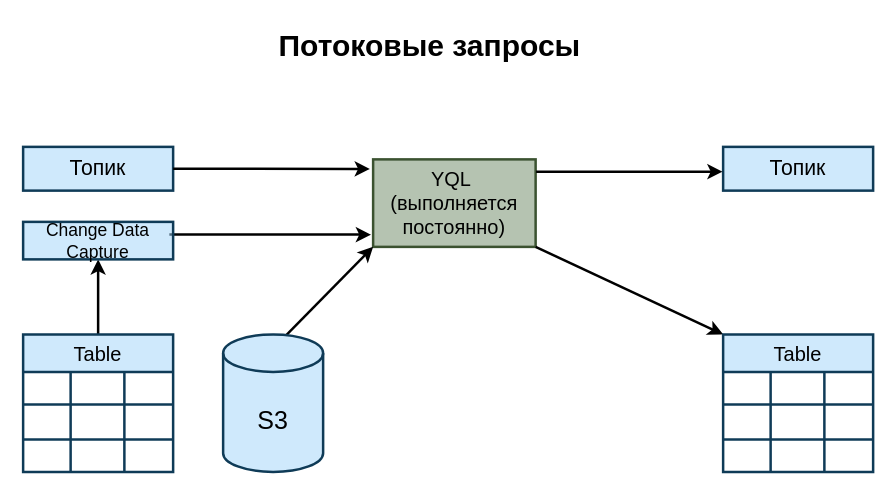
Above: ydb/docs/ru/core/concepts/_assets/streaming_queries_2.drawio in ydb-platform/ydb (draw.io), before the change. Source tidied: cells renumbered, new cells numbered last; positions are measured from the earlier drawing's top-left corner, leaving out a move shared by most shapes. Both pictures are drawn from the tidied source at 125%, with x=0, y=0 at pixel (22, 21).
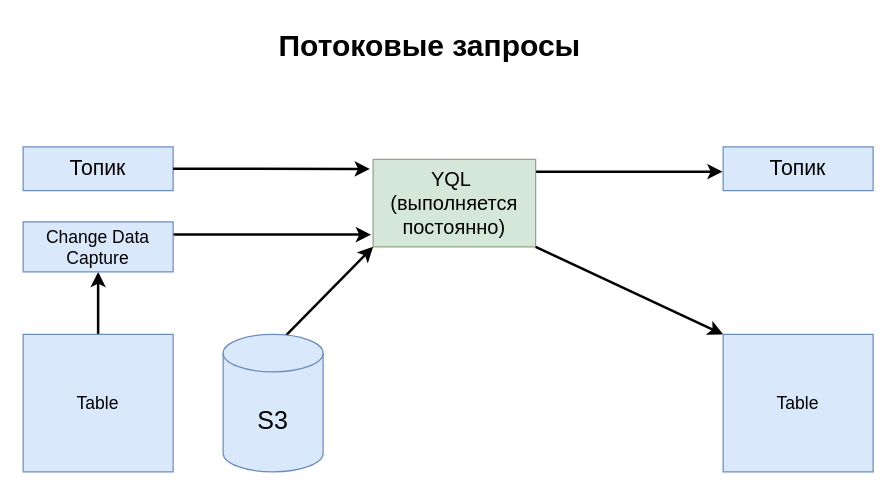
The same page after the edit.

Commit message (it also covers changes not shown here):
change diagrams according ro docstyle

The edit, as a diff of the source:
```diff
@@
-    <mxCell id="3" value="&lt;font style=&quot;font-size: 16px; color: rgb(0, 0, 0);&quot;&gt;YQL&amp;nbsp;&lt;br&gt;(выполняется постоянно)&lt;/font&gt;" style="rounded=0;whiteSpace=wrap;html=1;fillColor=light-dark(#6D876480,#B3D0A980);fontColor=#ffffff;strokeColor=#3B5230;fillStyle=solid;strokeWidth=2;" parent="1" vertex="1">
+    <mxCell id="3" value="&lt;font style=&quot;font-size: 16px; color: rgb(0, 0, 0);&quot;&gt;YQL&amp;nbsp;&lt;br&gt;(выполняется постоянно)&lt;/font&gt;" style="rounded=0;whiteSpace=wrap;html=1;fillColor=#D5E7D9;fontColor=#ffffff;strokeColor=#90A884;fillStyle=solid;strokeWidth=1;" parent="1" vertex="1">
       <mxGeometry x="280" y="110" width="130" height="70" as="geometry" />
     </mxCell>
-    <mxCell id="4" value="&lt;font style=&quot;font-size: 17px; color: rgb(0, 0, 0);&quot;&gt;Топик&lt;/font&gt;" style="rounded=0;whiteSpace=wrap;html=1;fillColor=light-dark(#9FD3F980,#9FD3F980);fontColor=#ffffff;strokeColor=#0F3B57;strokeWidth=2;" parent="1" vertex="1">
+    <mxCell id="4" value="&lt;font style=&quot;font-size: 17px; color: rgb(0, 0, 0);&quot;&gt;Топик&lt;/font&gt;" style="rounded=0;whiteSpace=wrap;html=1;fillColor=#DAE8FC;fontColor=#ffffff;strokeColor=#6C8EBF;strokeWidth=1;" parent="1" vertex="1">
       <mxGeometry y="100" width="120" height="35" as="geometry" />
     </mxCell>
-    <mxCell id="5" value="&lt;font style=&quot;font-size: 17px; color: rgb(0, 0, 0);&quot;&gt;Топик&lt;/font&gt;" style="rounded=0;whiteSpace=wrap;html=1;fillColor=#9FD3F980;fontColor=#ffffff;strokeColor=#0F3B57;strokeWidth=2;" parent="1" vertex="1">
+    <mxCell id="5" value="&lt;font style=&quot;font-size: 17px; color: rgb(0, 0, 0);&quot;&gt;Топик&lt;/font&gt;" style="rounded=0;whiteSpace=wrap;html=1;fillColor=#DAE8FC;fontColor=#ffffff;strokeColor=#6C8EBF;strokeWidth=1;" parent="1" vertex="1">
       <mxGeometry x="560" y="100" width="120" height="35" as="geometry" />
     </mxCell>
@@
-    <mxCell id="8" style="endArrow=classic;html=1;rounded=0;exitX=1;exitY=1;exitDx=0;exitDy=0;entryX=0;entryY=0;entryDx=0;entryDy=0;strokeColor=#000000;strokeWidth=2;" parent="1" edge="1" source="3" target="27">
-      <mxGeometry relative="1" as="geometry" />
+    <mxCell id="8" style="endArrow=classic;html=1;rounded=0;exitX=1;exitY=1;exitDx=0;exitDy=0;entryX=0;entryY=0;entryDx=0;entryDy=0;strokeColor=#000000;strokeWidth=2;" parent="1" edge="1" source="3">
+      <mxGeometry relative="1" as="geometry">
+        <mxPoint x="560" y="250" as="targetPoint" />
+      </mxGeometry>
     </mxCell>
@@
-    <mxCell id="10" style="endArrow=classic;html=1;rounded=0;entryX=0.5;entryY=1;entryDx=0;entryDy=0;strokeColor=#000000;exitX=0.5;exitY=0;exitDx=0;exitDy=0;strokeWidth=2;" parent="1" edge="1" source="13" target="12">
-      <mxGeometry relative="1" as="geometry" />
+    <mxCell id="10" style="endArrow=classic;html=1;rounded=0;entryX=0.5;entryY=1;entryDx=0;entryDy=0;strokeColor=#000000;exitX=0.5;exitY=0;exitDx=0;exitDy=0;strokeWidth=2;" parent="1" edge="1" target="12">
+      <mxGeometry relative="1" as="geometry">
+        <mxPoint x="60" y="250" as="sourcePoint" />
+      </mxGeometry>
     </mxCell>
@@
-    <mxCell id="12" value="&lt;span style=&quot;color: rgb(18, 18, 18);&quot;&gt;&lt;font style=&quot;font-size: 14px; color: rgb(0, 0, 0);&quot;&gt;Change Data Capture&lt;/font&gt;&lt;/span&gt;" style="rounded=0;whiteSpace=wrap;html=1;fillColor=#9FD3F980;strokeColor=#0F3B57;strokeWidth=2;" parent="1" vertex="1">
-      <mxGeometry y="160" width="120" height="30" as="geometry" />
+    <mxCell id="12" value="&lt;span style=&quot;color: rgb(18, 18, 18);&quot;&gt;&lt;font style=&quot;font-size: 14px; color: rgb(0, 0, 0);&quot;&gt;Change Data Capture&lt;/font&gt;&lt;/span&gt;" style="rounded=0;whiteSpace=wrap;html=1;fillColor=#DAE8FC;strokeColor=#6C8EBF;strokeWidth=1;" parent="1" vertex="1">
+      <mxGeometry y="160" width="120" height="40" as="geometry" />
     </mxCell>
-    <mxCell id="13" value="Table" style="shape=table;startSize=30;childLayout=tableLayout;strokeColor=#0F3B57;fontSize=16;fillColor=#9FD3F980;fontColor=#000000;strokeWidth=2;" parent="1" vertex="1">
-      <mxGeometry y="250" width="120" height="110" as="geometry" />
-    </mxCell>
-    <mxCell id="14" style="shape=tableRow;horizontal=0;startSize=0;swimlaneHead=0;swimlaneBody=0;strokeColor=inherit;top=0;left=0;bottom=0;right=0;fillColor=none;fontSize=16;" parent="13" vertex="1">
-      <mxGeometry y="30" width="120" height="26" as="geometry" />
-    </mxCell>
-    <mxCell id="15" style="shape=partialRectangle;html=1;whiteSpace=wrap;strokeColor=inherit;overflow=hidden;fillColor=none;top=0;left=0;bottom=0;right=0;fontSize=16;" parent="14" vertex="1">
-      <mxGeometry width="38" height="26" as="geometry" />
-    </mxCell>
-    <mxCell id="16" style="shape=partialRectangle;html=1;whiteSpace=wrap;strokeColor=inherit;overflow=hidden;fillColor=none;top=0;left=0;bottom=0;right=0;fontSize=16;" parent="14" vertex="1">
-      <mxGeometry x="38" width="43" height="26" as="geometry" />
-    </mxCell>
-    <mxCell id="17" style="shape=partialRectangle;html=1;whiteSpace=wrap;strokeColor=inherit;overflow=hidden;fillColor=none;top=0;left=0;bottom=0;right=0;fontSize=16;" parent="14" vertex="1">
-      <mxGeometry x="81" width="39" height="26" as="geometry" />
-    </mxCell>
-    <mxCell id="18" style="shape=tableRow;horizontal=0;startSize=0;swimlaneHead=0;swimlaneBody=0;strokeColor=inherit;top=0;left=0;bottom=0;right=0;fillColor=none;fontSize=16;" parent="13" vertex="1">
-      <mxGeometry y="56" width="120" height="28" as="geometry" />
-    </mxCell>
-    <mxCell id="19" style="shape=partialRectangle;html=1;whiteSpace=wrap;strokeColor=inherit;overflow=hidden;fillColor=none;top=0;left=0;bottom=0;right=0;fontSize=16;" parent="18" vertex="1">
-      <mxGeometry width="38" height="28" as="geometry" />
-    </mxCell>
-    <mxCell id="20" style="shape=partialRectangle;html=1;whiteSpace=wrap;strokeColor=inherit;overflow=hidden;fillColor=none;top=0;left=0;bottom=0;right=0;fontSize=16;" parent="18" vertex="1">
-      <mxGeometry x="38" width="43" height="28" as="geometry" />
-    </mxCell>
-    <mxCell id="21" style="shape=partialRectangle;html=1;whiteSpace=wrap;strokeColor=inherit;overflow=hidden;fillColor=none;top=0;left=0;bottom=0;right=0;fontSize=16;" parent="18" vertex="1">
-      <mxGeometry x="81" width="39" height="28" as="geometry" />
-    </mxCell>
-    <mxCell id="22" style="shape=tableRow;horizontal=0;startSize=0;swimlaneHead=0;swimlaneBody=0;strokeColor=inherit;top=0;left=0;bottom=0;right=0;fillColor=none;fontSize=16;" parent="13" vertex="1">
-      <mxGeometry y="84" width="120" height="26" as="geometry" />
-    </mxCell>
-    <mxCell id="23" style="shape=partialRectangle;html=1;whiteSpace=wrap;strokeColor=inherit;overflow=hidden;fillColor=none;top=0;left=0;bottom=0;right=0;fontSize=16;" parent="22" vertex="1">
-      <mxGeometry width="38" height="26" as="geometry" />
-    </mxCell>
-    <mxCell id="24" style="shape=partialRectangle;html=1;whiteSpace=wrap;strokeColor=inherit;overflow=hidden;fillColor=none;top=0;left=0;bottom=0;right=0;fontSize=16;" parent="22" vertex="1">
-      <mxGeometry x="38" width="43" height="26" as="geometry" />
-    </mxCell>
-    <mxCell id="25" style="shape=partialRectangle;html=1;whiteSpace=wrap;strokeColor=inherit;overflow=hidden;fillColor=none;top=0;left=0;bottom=0;right=0;fontSize=16;" parent="22" vertex="1">
-      <mxGeometry x="81" width="39" height="26" as="geometry" />
-    </mxCell>
-    <mxCell id="26" value="&lt;font style=&quot;font-size: 20px; color: rgb(0, 0, 0);&quot;&gt;S3&lt;/font&gt;" style="shape=cylinder3;whiteSpace=wrap;html=1;boundedLbl=1;backgroundOutline=1;size=15;fillColor=#9FD3F980;fontColor=#000000;strokeColor=#0F3B57;strokeWidth=2;" parent="1" vertex="1">
+    <mxCell id="26" value="&lt;font style=&quot;font-size: 20px; color: rgb(0, 0, 0);&quot;&gt;S3&lt;/font&gt;" style="shape=cylinder3;whiteSpace=wrap;html=1;boundedLbl=1;backgroundOutline=1;size=15;fillColor=#DAE8FC;fontColor=#000000;strokeColor=#6C8EBF;strokeWidth=1;" parent="1" vertex="1">
       <mxGeometry x="160" y="250" width="80" height="110" as="geometry" />
     </mxCell>
-    <mxCell id="27" value="Table" style="shape=table;startSize=30;childLayout=tableLayout;strokeColor=#0F3B57;fontSize=16;fillColor=#9FD3F980;fontColor=#000000;strokeWidth=2;" parent="1" vertex="1">
-      <mxGeometry x="560" y="250" width="120" height="110" as="geometry" />
-    </mxCell>
-    <mxCell id="28" style="shape=tableRow;horizontal=0;startSize=0;swimlaneHead=0;swimlaneBody=0;strokeColor=inherit;top=0;left=0;bottom=0;right=0;fillColor=none;fontSize=16;" parent="27" vertex="1">
-      <mxGeometry y="30" width="120" height="26" as="geometry" />
-    </mxCell>
-    <mxCell id="29" style="shape=partialRectangle;html=1;whiteSpace=wrap;strokeColor=inherit;overflow=hidden;fillColor=none;top=0;left=0;bottom=0;right=0;fontSize=16;" parent="28" vertex="1">
-      <mxGeometry width="38" height="26" as="geometry" />
-    </mxCell>
-    <mxCell id="30" style="shape=partialRectangle;html=1;whiteSpace=wrap;strokeColor=inherit;overflow=hidden;fillColor=none;top=0;left=0;bottom=0;right=0;fontSize=16;" parent="28" vertex="1">
-      <mxGeometry x="38" width="43" height="26" as="geometry" />
-    </mxCell>
-    <mxCell id="31" style="shape=partialRectangle;html=1;whiteSpace=wrap;strokeColor=inherit;overflow=hidden;fillColor=none;top=0;left=0;bottom=0;right=0;fontSize=16;" parent="28" vertex="1">
-      <mxGeometry x="81" width="39" height="26" as="geometry" />
-    </mxCell>
-    <mxCell id="32" style="shape=tableRow;horizontal=0;startSize=0;swimlaneHead=0;swimlaneBody=0;strokeColor=inherit;top=0;left=0;bottom=0;right=0;fillColor=none;fontSize=16;" parent="27" vertex="1">
-      <mxGeometry y="56" width="120" height="28" as="geometry" />
-    </mxCell>
-    <mxCell id="33" style="shape=partialRectangle;html=1;whiteSpace=wrap;strokeColor=inherit;overflow=hidden;fillColor=none;top=0;left=0;bottom=0;right=0;fontSize=16;" parent="32" vertex="1">
-      <mxGeometry width="38" height="28" as="geometry" />
-    </mxCell>
-    <mxCell id="34" style="shape=partialRectangle;html=1;whiteSpace=wrap;strokeColor=inherit;overflow=hidden;fillColor=none;top=0;left=0;bottom=0;right=0;fontSize=16;" parent="32" vertex="1">
-      <mxGeometry x="38" width="43" height="28" as="geometry" />
-    </mxCell>
-    <mxCell id="35" style="shape=partialRectangle;html=1;whiteSpace=wrap;strokeColor=inherit;overflow=hidden;fillColor=none;top=0;left=0;bottom=0;right=0;fontSize=16;" parent="32" vertex="1">
-      <mxGeometry x="81" width="39" height="28" as="geometry" />
-    </mxCell>
-    <mxCell id="36" style="shape=tableRow;horizontal=0;startSize=0;swimlaneHead=0;swimlaneBody=0;strokeColor=inherit;top=0;left=0;bottom=0;right=0;fillColor=none;fontSize=16;" parent="27" vertex="1">
-      <mxGeometry y="84" width="120" height="26" as="geometry" />
-    </mxCell>
-    <mxCell id="37" style="shape=partialRectangle;html=1;whiteSpace=wrap;strokeColor=inherit;overflow=hidden;fillColor=none;top=0;left=0;bottom=0;right=0;fontSize=16;" parent="36" vertex="1">
-      <mxGeometry width="38" height="26" as="geometry" />
-    </mxCell>
-    <mxCell id="38" style="shape=partialRectangle;html=1;whiteSpace=wrap;strokeColor=inherit;overflow=hidden;fillColor=none;top=0;left=0;bottom=0;right=0;fontSize=16;" parent="36" vertex="1">
-      <mxGeometry x="38" width="43" height="26" as="geometry" />
-    </mxCell>
-    <mxCell id="39" style="shape=partialRectangle;html=1;whiteSpace=wrap;strokeColor=inherit;overflow=hidden;fillColor=none;top=0;left=0;bottom=0;right=0;fontSize=16;" parent="36" vertex="1">
-      <mxGeometry x="81" width="39" height="26" as="geometry" />
-    </mxCell>
+    <mxCell id="40" value="&lt;font style=&quot;color: rgb(0, 0, 0); font-size: 14px;&quot;&gt;Table&lt;/font&gt;" style="rounded=0;whiteSpace=wrap;html=1;fillColor=#DAE8FC;strokeColor=#6C8EBF;" parent="1" vertex="1">
+      <mxGeometry y="250" width="120" height="110" as="geometry" />
+    </mxCell>
+    <mxCell id="41" value="&lt;font style=&quot;color: rgb(0, 0, 0); font-size: 14px;&quot;&gt;Table&lt;/font&gt;" style="rounded=0;whiteSpace=wrap;html=1;fillColor=#DAE8FC;strokeColor=#6C8EBF;" parent="1" vertex="1">
+      <mxGeometry x="560" y="250" width="120" height="110" as="geometry" />
+    </mxCell>
```
